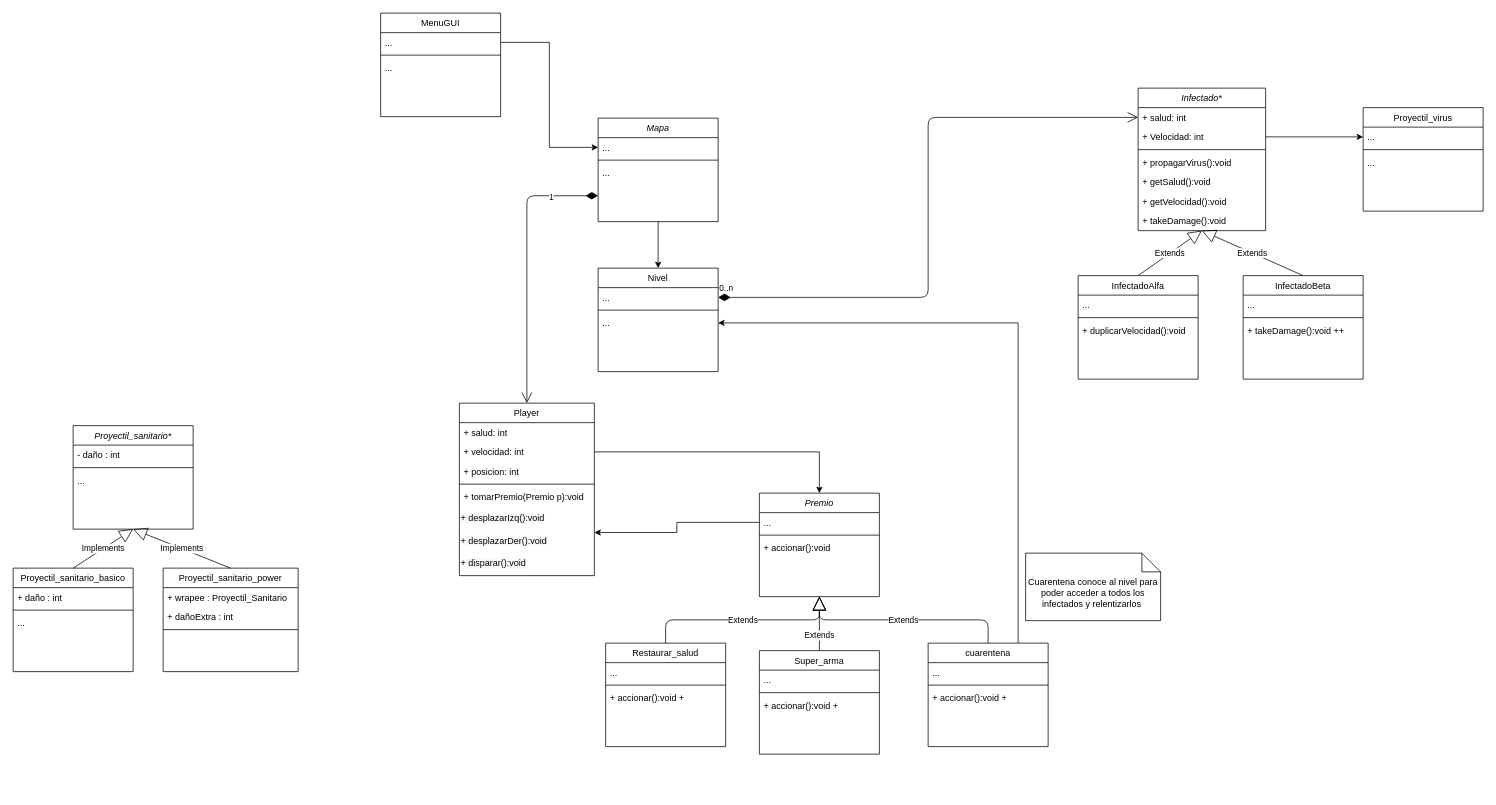
Before: Diagramas/diagrama de clases general v2.drawio in TomasFelp/Proyecto_3-TDP, a draw.io diagram. Source tidied: cells renumbered, new cells numbered last; positions are measured from the earlier drawing's top-left corner, leaving out a move shared by most shapes. Both pictures are drawn from the tidied source at 75%, with x=0, y=0 at pixel (13, 13).
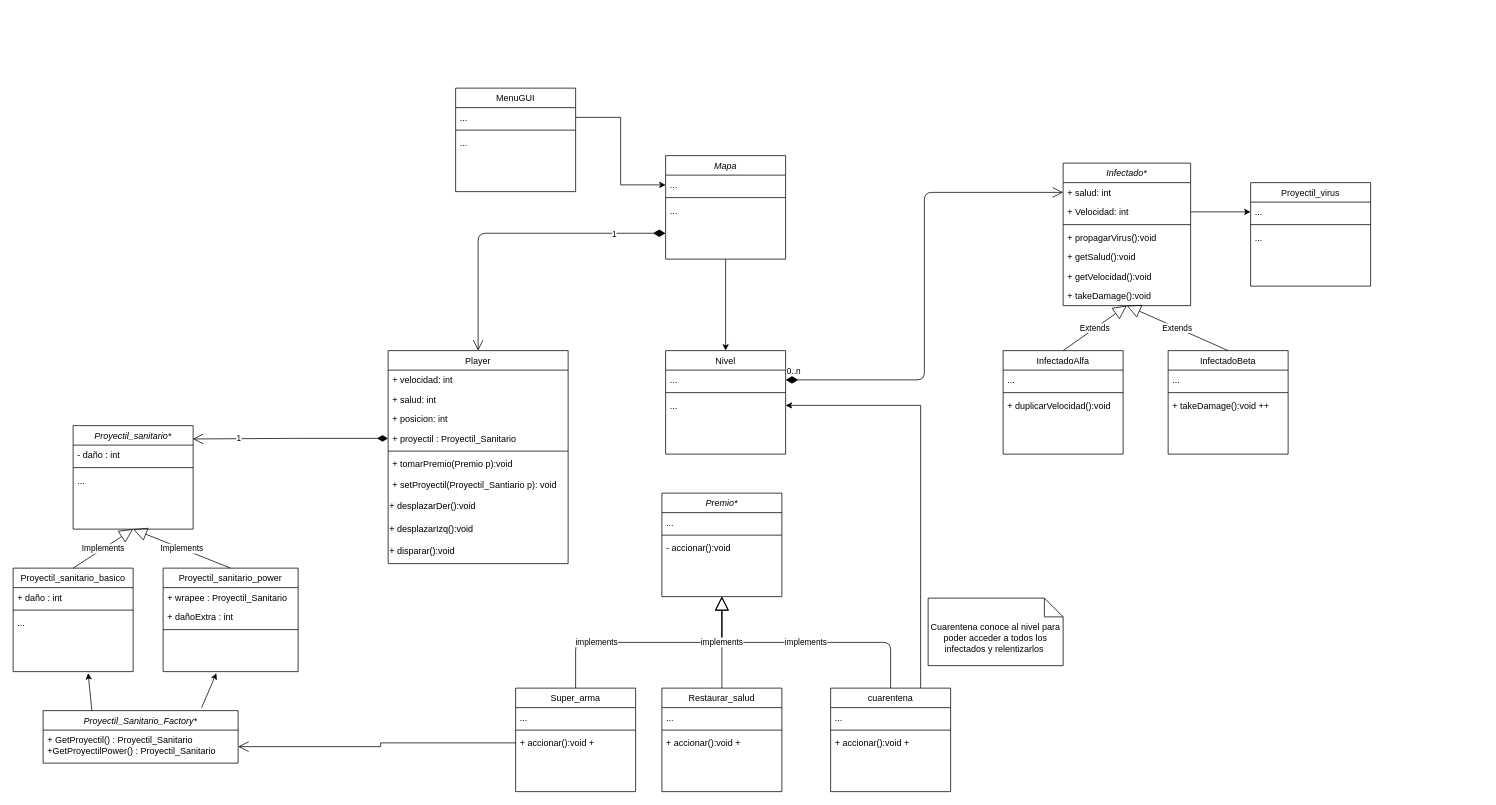
The same page after the edit.

Unchanged cells that the change refers to:
```xml
<mxCell id="43" value="Proyectil_sanitario*" style="swimlane;fontStyle=2;align=center;verticalAlign=top;horizontal=1;startSize=26;rounded=0;shadow=0;strokeWidth=1;" parent="1" vertex="1">
  <mxGeometry x="80" y="550" width="160" height="138" as="geometry" />
</mxCell>
<mxCell id="60" value="..." style="text;align=left;verticalAlign=top;spacingLeft=4;spacingRight=4;overflow=hidden;points=[[0,0.5],[1,0.5]];portConstraint=eastwest;" parent="59" vertex="1">
  <mxGeometry y="26" width="160" height="26" as="geometry" />
</mxCell>
<mxCell id="73" value="+ accionar():void +" style="text;align=left;verticalAlign=top;spacingLeft=4;spacingRight=4;overflow=hidden;points=[[0,0.5],[1,0.5]];portConstraint=eastwest;" parent="70" vertex="1">
  <mxGeometry y="60" width="160" height="26" as="geometry" />
</mxCell>
```

Diff of the diagram source:
```diff
@@
     <mxCell id="2" value="Nivel" style="swimlane;fontStyle=0;align=center;verticalAlign=top;horizontal=1;startSize=26;rounded=0;shadow=0;strokeWidth=1;" parent="1" vertex="1">
-      <mxGeometry x="780" y="340" width="160" height="138" as="geometry" />
+      <mxGeometry x="870" y="450" width="160" height="138" as="geometry" />
     </mxCell>
@@
     <mxCell id="6" value="MenuGUI" style="swimlane;fontStyle=0;align=center;verticalAlign=top;horizontal=1;startSize=26;rounded=0;shadow=0;strokeWidth=1;" parent="1" vertex="1">
-      <mxGeometry x="490" width="160" height="138" as="geometry" />
+      <mxGeometry x="590" y="100" width="160" height="138" as="geometry" />
     </mxCell>
@@
     <mxCell id="10" value="Infectado*" style="swimlane;fontStyle=2;align=center;verticalAlign=top;horizontal=1;startSize=26;rounded=0;shadow=0;strokeWidth=1;" parent="1" vertex="1">
-      <mxGeometry x="1500" y="100" width="170" height="190" as="geometry" />
+      <mxGeometry x="1400" y="200" width="170" height="190" as="geometry" />
     </mxCell>
@@
     <mxCell id="18" value="InfectadoAlfa" style="swimlane;fontStyle=0;align=center;verticalAlign=top;horizontal=1;startSize=26;rounded=0;shadow=0;strokeWidth=1;" parent="1" vertex="1">
-      <mxGeometry x="1420" y="350" width="160" height="138" as="geometry" />
+      <mxGeometry x="1320" y="450" width="160" height="138" as="geometry" />
     </mxCell>
@@
     <mxCell id="23" value="InfectadoBeta" style="swimlane;fontStyle=0;align=center;verticalAlign=top;horizontal=1;startSize=26;rounded=0;shadow=0;strokeWidth=1;" parent="1" vertex="1">
-      <mxGeometry x="1640" y="350" width="160" height="138" as="geometry" />
+      <mxGeometry x="1540" y="450" width="160" height="138" as="geometry" />
     </mxCell>
@@
     <mxCell id="29" value="Player" style="swimlane;fontStyle=0;align=center;verticalAlign=top;horizontal=1;startSize=26;rounded=0;shadow=0;strokeWidth=1;" parent="1" vertex="1">
-      <mxGeometry x="595" y="520" width="180" height="230" as="geometry" />
+      <mxGeometry x="500" y="450" width="240" height="284" as="geometry" />
     </mxCell>
+    <mxCell id="31" value="+ velocidad: int" style="text;align=left;verticalAlign=top;spacingLeft=4;spacingRight=4;overflow=hidden;points=[[0,0.5],[1,0.5]];portConstraint=eastwest;" parent="29" vertex="1">
+      <mxGeometry y="26" width="240" height="26" as="geometry" />
+    </mxCell>
     <mxCell id="30" value="+ salud: int" style="text;align=left;verticalAlign=top;spacingLeft=4;spacingRight=4;overflow=hidden;" parent="29" vertex="1">
-      <mxGeometry y="26" width="180" height="26" as="geometry" />
+      <mxGeometry y="52" width="240" height="26" as="geometry" />
     </mxCell>
-    <mxCell id="31" value="+ velocidad: int" style="text;align=left;verticalAlign=top;spacingLeft=4;spacingRight=4;overflow=hidden;points=[[0,0.5],[1,0.5]];portConstraint=eastwest;" parent="29" vertex="1">
-      <mxGeometry y="52" width="180" height="26" as="geometry" />
-    </mxCell>
     <mxCell id="32" value="+ posicion: int" style="text;align=left;verticalAlign=top;spacingLeft=4;spacingRight=4;overflow=hidden;" parent="29" vertex="1">
-      <mxGeometry y="78" width="180" height="26" as="geometry" />
+      <mxGeometry y="78" width="240" height="26" as="geometry" />
     </mxCell>
+    <mxCell id="87" value="+ proyectil : Proyectil_Sanitario" style="text;align=left;verticalAlign=top;spacingLeft=4;spacingRight=4;overflow=hidden;points=[[0,0.5],[1,0.5]];portConstraint=eastwest;" parent="29" vertex="1">
+      <mxGeometry y="104" width="240" height="26" as="geometry" />
+    </mxCell>
     <mxCell id="33" style="line;html=1;strokeWidth=1;align=left;verticalAlign=middle;spacingTop=-1;spacingLeft=3;spacingRight=3;labelPosition=right;" parent="29" vertex="1">
-      <mxGeometry y="104" width="180" height="8" as="geometry" />
+      <mxGeometry y="130" width="240" height="8" as="geometry" />
     </mxCell>
     <mxCell id="34" value="+ tomarPremio(Premio p):void&#10;" style="text;align=left;verticalAlign=top;spacingLeft=4;spacingRight=4;overflow=hidden;" parent="29" vertex="1">
-      <mxGeometry y="112" width="180" height="28" as="geometry" />
+      <mxGeometry y="138" width="240" height="28" as="geometry" />
     </mxCell>
+    <mxCell id="88" value="+ setProyectil(Proyectil_Santiario p): void" style="text;align=left;verticalAlign=top;spacingLeft=4;spacingRight=4;overflow=hidden;" parent="29" vertex="1">
+      <mxGeometry y="166" width="240" height="28" as="geometry" />
+    </mxCell>
+    <mxCell id="36" value="&lt;span style=&quot;color: rgb(0 , 0 , 0) ; font-family: &amp;#34;helvetica&amp;#34; ; font-size: 12px ; font-style: normal ; font-weight: 400 ; letter-spacing: normal ; text-align: left ; text-indent: 0px ; text-transform: none ; word-spacing: 0px ; background-color: rgb(248 , 249 , 250) ; display: inline ; float: none&quot;&gt;+ desplazarDer():void&lt;/span&gt;" style="text;whiteSpace=wrap;html=1;" parent="29" vertex="1">
+      <mxGeometry y="194" width="240" height="30" as="geometry" />
+    </mxCell>
     <mxCell id="35" value="&lt;span style=&quot;color: rgb(0, 0, 0); font-family: helvetica; font-size: 12px; font-style: normal; font-weight: 400; letter-spacing: normal; text-align: left; text-indent: 0px; text-transform: none; word-spacing: 0px; background-color: rgb(248, 249, 250); display: inline; float: none;&quot;&gt;+ desplazarIzq():void&lt;/span&gt;" style="text;whiteSpace=wrap;html=1;" parent="29" vertex="1">
-      <mxGeometry y="140" width="180" height="30" as="geometry" />
+      <mxGeometry y="224" width="240" height="30" as="geometry" />
     </mxCell>
-    <mxCell id="36" value="&lt;span style=&quot;color: rgb(0 , 0 , 0) ; font-family: &amp;#34;helvetica&amp;#34; ; font-size: 12px ; font-style: normal ; font-weight: 400 ; letter-spacing: normal ; text-align: left ; text-indent: 0px ; text-transform: none ; word-spacing: 0px ; background-color: rgb(248 , 249 , 250) ; display: inline ; float: none&quot;&gt;+ desplazarDer():void&lt;/span&gt;" style="text;whiteSpace=wrap;html=1;" parent="29" vertex="1">
-      <mxGeometry y="170" width="180" height="30" as="geometry" />
-    </mxCell>
     <mxCell id="37" value="&lt;span style=&quot;color: rgb(0 , 0 , 0) ; font-family: &amp;#34;helvetica&amp;#34; ; font-size: 12px ; font-style: normal ; font-weight: 400 ; letter-spacing: normal ; text-align: left ; text-indent: 0px ; text-transform: none ; word-spacing: 0px ; background-color: rgb(248 , 249 , 250) ; display: inline ; float: none&quot;&gt;+ disparar():void&lt;/span&gt;" style="text;whiteSpace=wrap;html=1;" parent="29" vertex="1">
-      <mxGeometry y="200" width="180" height="30" as="geometry" />
+      <mxGeometry y="254" width="240" height="30" as="geometry" />
     </mxCell>
     <mxCell id="38" value="Proyectil_virus" style="swimlane;fontStyle=0;align=center;verticalAlign=top;horizontal=1;startSize=26;rounded=0;shadow=0;strokeWidth=1;" parent="1" vertex="1">
-      <mxGeometry x="1800" y="126" width="160" height="138" as="geometry" />
+      <mxGeometry x="1650" y="226" width="160" height="138" as="geometry" />
     </mxCell>
@@
-    <mxCell id="59" value="Premio" style="swimlane;fontStyle=2;align=center;verticalAlign=top;horizontal=1;startSize=26;rounded=0;shadow=0;strokeWidth=1;" parent="1" vertex="1">
-      <mxGeometry x="995" y="640" width="160" height="138" as="geometry" />
+    <mxCell id="59" value="Premio*" style="swimlane;fontStyle=2;align=center;verticalAlign=top;horizontal=1;startSize=26;rounded=0;shadow=0;strokeWidth=1;" parent="1" vertex="1">
+      <mxGeometry x="865" y="640" width="160" height="138" as="geometry" />
     </mxCell>
@@
-    <mxCell id="62" value="+ accionar():void" style="text;align=left;verticalAlign=top;spacingLeft=4;spacingRight=4;overflow=hidden;" parent="59" vertex="1">
+    <mxCell id="62" value="- accionar():void" style="text;align=left;verticalAlign=top;spacingLeft=4;spacingRight=4;overflow=hidden;" parent="59" vertex="1">
       <mxGeometry y="60" width="160" height="26" as="geometry" />
     </mxCell>
-    <mxCell id="63" style="edgeStyle=orthogonalEdgeStyle;rounded=0;jettySize=auto;html=1;entryX=0.5;entryY=0;entryDx=0;entryDy=0;" parent="1" edge="1" source="31" target="59">
-      <mxGeometry relative="1" as="geometry" />
-    </mxCell>
@@
     <mxCell id="65" value="cuarentena" style="swimlane;fontStyle=0;align=center;verticalAlign=top;horizontal=1;startSize=26;rounded=0;shadow=0;strokeWidth=1;" parent="1" vertex="1">
-      <mxGeometry x="1220" y="840" width="160" height="138" as="geometry" />
+      <mxGeometry x="1090" y="900" width="160" height="138" as="geometry" />
     </mxCell>
@@
-    <mxCell id="69" value="Extends" style="endArrow=block;endSize=16;endFill=0;html=1;exitX=0.5;exitY=0;exitDx=0;exitDy=0;entryX=0.5;entryY=1;entryDx=0;entryDy=0;edgeStyle=orthogonalEdgeStyle;" parent="1" edge="1" source="65" target="59">
+    <mxCell id="69" value="implements" style="endArrow=block;endSize=16;endFill=0;html=1;exitX=0.5;exitY=0;exitDx=0;exitDy=0;entryX=0.5;entryY=1;entryDx=0;entryDy=0;edgeStyle=orthogonalEdgeStyle;" parent="1" edge="1" source="65" target="59">
       <mxGeometry relative="1" as="geometry" />
     </mxCell>
     <mxCell id="70" value="Super_arma" style="swimlane;fontStyle=0;align=center;verticalAlign=top;horizontal=1;startSize=26;rounded=0;shadow=0;strokeWidth=1;" parent="1" vertex="1">
-      <mxGeometry x="995" y="850" width="160" height="138" as="geometry" />
+      <mxGeometry x="670" y="900" width="160" height="138" as="geometry" />
     </mxCell>
@@
-    <mxCell id="74" value="Extends" style="endArrow=block;endSize=16;endFill=0;html=1;exitX=0.5;exitY=0;exitDx=0;exitDy=0;entryX=0.5;entryY=1;entryDx=0;entryDy=0;edgeStyle=orthogonalEdgeStyle;" parent="1" edge="1" source="70" target="59">
+    <mxCell id="74" value="implements" style="endArrow=block;endSize=16;endFill=0;html=1;exitX=0.5;exitY=0;exitDx=0;exitDy=0;entryX=0.5;entryY=1;entryDx=0;entryDy=0;edgeStyle=orthogonalEdgeStyle;" parent="1" edge="1" source="70" target="59">
       <mxGeometry x="-0.44" relative="1" as="geometry" />
     </mxCell>
     <mxCell id="75" value="Restaurar_salud" style="swimlane;fontStyle=0;align=center;verticalAlign=top;horizontal=1;startSize=26;rounded=0;shadow=0;strokeWidth=1;" parent="1" vertex="1">
-      <mxGeometry x="790" y="840" width="160" height="138" as="geometry" />
+      <mxGeometry x="865" y="900" width="160" height="138" as="geometry" />
     </mxCell>
@@
-    <mxCell id="79" value="Extends" style="endArrow=block;endSize=16;endFill=0;html=1;exitX=0.5;exitY=0;exitDx=0;exitDy=0;entryX=0.5;entryY=1;entryDx=0;entryDy=0;edgeStyle=orthogonalEdgeStyle;" parent="1" edge="1" source="75" target="59">
+    <mxCell id="79" value="implements" style="endArrow=block;endSize=16;endFill=0;html=1;exitX=0.5;exitY=0;exitDx=0;exitDy=0;entryX=0.5;entryY=1;entryDx=0;entryDy=0;edgeStyle=orthogonalEdgeStyle;" parent="1" edge="1" source="75" target="59">
       <mxGeometry relative="1" as="geometry" />
     </mxCell>
-    <mxCell id="80" style="edgeStyle=orthogonalEdgeStyle;rounded=0;jettySize=auto;html=1;entryX=1;entryY=0.75;entryDx=0;entryDy=0;" parent="1" edge="1" source="60" target="29">
-      <mxGeometry relative="1" as="geometry" />
-    </mxCell>
     <mxCell id="81" value="Cuarentena conoce al nivel para poder acceder a todos los infectados y relentizarlos&amp;nbsp;" style="shape=note2;boundedLbl=1;whiteSpace=wrap;html=1;size=25;verticalAlign=top;align=center;" parent="1" vertex="1">
-      <mxGeometry x="1350" y="720" width="180" height="90" as="geometry" />
+      <mxGeometry x="1220" y="780" width="180" height="90" as="geometry" />
     </mxCell>
@@
     <mxCell id="83" value="Mapa" style="swimlane;fontStyle=2;align=center;verticalAlign=top;horizontal=1;startSize=26;rounded=0;shadow=0;strokeWidth=1;" parent="1" vertex="1">
-      <mxGeometry x="780" y="140" width="160" height="138" as="geometry" />
+      <mxGeometry x="870" y="190" width="160" height="138" as="geometry" />
     </mxCell>
@@
+    <mxCell id="89" style="group;" parent="1" vertex="1">
+      <mxGeometry x="40" y="930" width="260" height="70" as="geometry" />
+    </mxCell>
+    <mxCell id="90" value="Proyectil_Sanitario_Factory*" style="swimlane;fontStyle=2;align=center;verticalAlign=top;horizontal=1;startSize=26;rounded=0;shadow=0;strokeWidth=1;" parent="89" vertex="1">
+      <mxGeometry width="260" height="70" as="geometry" />
+    </mxCell>
+    <mxCell id="91" value="+ GetProyectil() : Proyectil_Sanitario&#10;+GetProyectilPower() : Proyectil_Sanitario" style="text;align=left;verticalAlign=top;spacingLeft=4;spacingRight=4;overflow=hidden;points=[[0,0.5],[1,0.5]];portConstraint=eastwest;" parent="89" vertex="1">
+      <mxGeometry y="26" width="260" height="44" as="geometry" />
+    </mxCell>
+    <mxCell id="92" style="endArrow=classic;html=1;exitX=0.813;exitY=-0.057;exitDx=0;exitDy=0;exitPerimeter=0;" parent="1" edge="1" source="90">
+      <mxGeometry relative="1" as="geometry">
+        <mxPoint x="271" y="880" as="targetPoint" />
+      </mxGeometry>
+    </mxCell>
+    <mxCell id="93" style="endArrow=classic;html=1;exitX=0.25;exitY=0;exitDx=0;exitDy=0;" parent="1" edge="1" source="90">
+      <mxGeometry relative="1" as="geometry">
+        <mxPoint x="100" y="880" as="targetPoint" />
+      </mxGeometry>
+    </mxCell>
+    <mxCell id="94" style="edgeStyle=orthogonalEdgeStyle;rounded=0;jettySize=auto;html=1;exitX=0;exitY=0.5;exitDx=0;exitDy=0;entryX=1;entryY=0.5;entryDx=0;entryDy=0;endSize=12;startSize=12;endArrow=open;endFill=0;" parent="1" edge="1" source="73" target="91">
+      <mxGeometry relative="1" as="geometry" />
+    </mxCell>
+    <mxCell id="95" style="edgeStyle=orthogonalEdgeStyle;jettySize=auto;html=1;exitX=0;exitY=0.5;exitDx=0;exitDy=0;entryX=0.997;entryY=0.129;entryDx=0;entryDy=0;entryPerimeter=0;startArrow=diamondThin;startFill=1;rounded=1;endArrow=open;endFill=0;endSize=12;startSize=12;" parent="1" edge="1" source="87" target="43">
+      <mxGeometry relative="1" as="geometry" />
+    </mxCell>
+    <mxCell id="96" value="1" style="edgeLabel;html=1;align=center;verticalAlign=middle;" parent="95" vertex="1">
+      <mxGeometry y="67" relative="1" as="geometry">
+        <mxPoint x="-69.4" y="-67.9" as="offset" />
+      </mxGeometry>
+    </mxCell>
```
